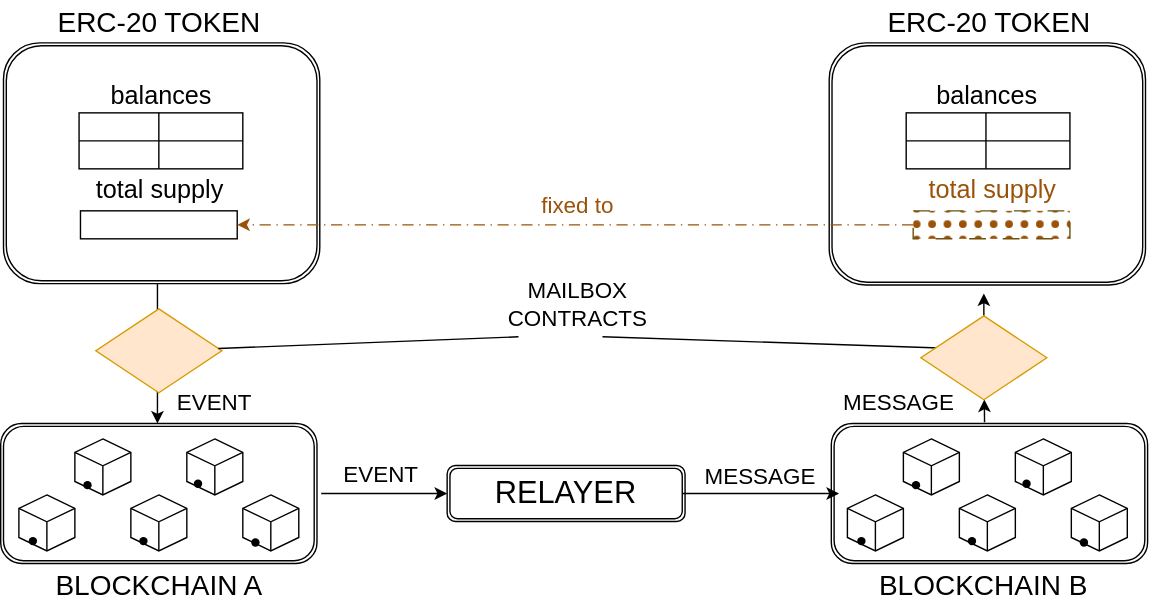
GoFungible/interop-site keeps this draw.io diagram as static/img/drawings/patterns_masterslave_fixed.svg. Above is the earlier version. Source tidied: cells renumbered, new cells last; positions are measured from the earlier drawing's top-left corner, leaving out a move shared by most shapes.
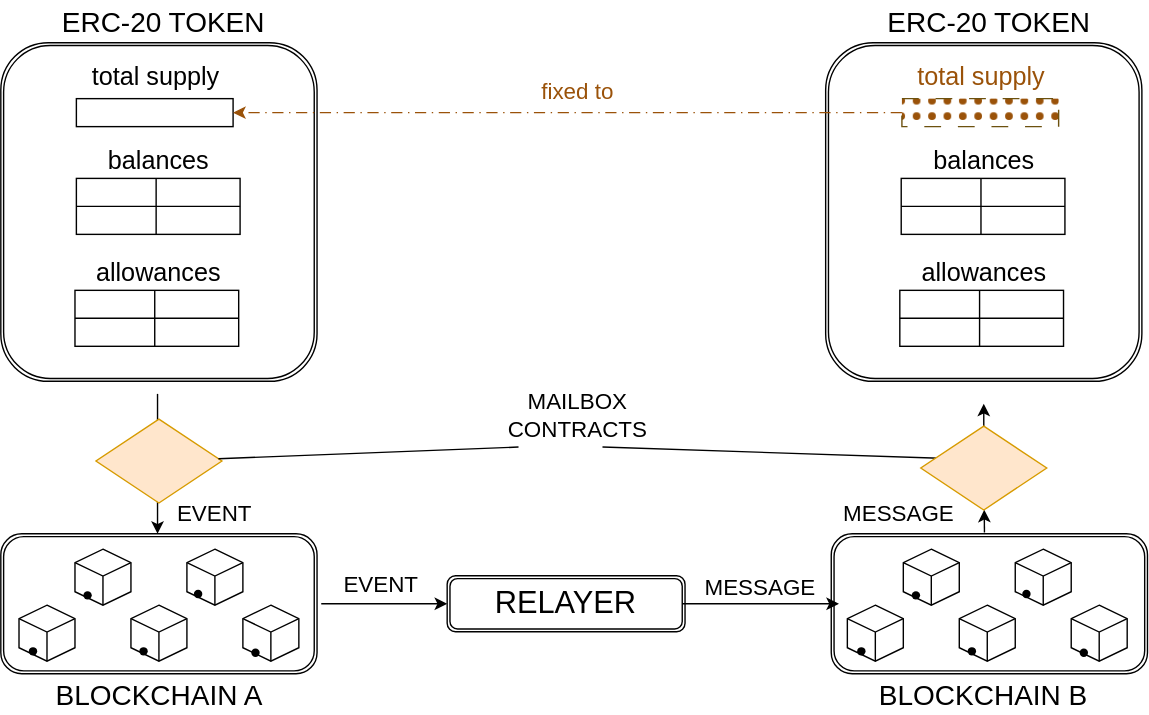
The same diagram one commit later.

Change to the diagram source:
```diff
@@ -88,39 +88,9 @@
         <mxPoint x="599" y="352" as="targetPoint" />
       </mxGeometry>
     </mxCell>
-    <mxCell id="29" style="shape=ext;double=1;rounded=1;whiteSpace=wrap;html=1;" parent="1" vertex="1">
-      <mxGeometry x="2" y="30" width="226" height="172" as="geometry" />
-    </mxCell>
     <mxCell id="30" value="&lt;font style=&quot;font-size: 20px;&quot;&gt;BLOCKCHAIN B&lt;/font&gt;" style="text;html=1;whiteSpace=wrap;strokeColor=none;fillColor=none;align=center;verticalAlign=middle;rounded=0;" parent="1" vertex="1">
       <mxGeometry x="625" y="402" width="155" height="30" as="geometry" />
     </mxCell>
-    <mxCell id="31" style="shape=ext;double=1;rounded=1;whiteSpace=wrap;html=1;" parent="1" vertex="1">
-      <mxGeometry x="592" y="30" width="226" height="173" as="geometry" />
-    </mxCell>
-    <mxCell id="32" value="&lt;font style=&quot;font-size: 20px;&quot;&gt;ERC-20 TOKEN&lt;/font&gt;" style="text;html=1;whiteSpace=wrap;strokeColor=none;fillColor=none;align=center;verticalAlign=middle;rounded=0;" parent="1" vertex="1">
-      <mxGeometry x="36" width="155" height="30" as="geometry" />
-    </mxCell>
-    <mxCell id="33" style="shape=internalStorage;whiteSpace=wrap;html=1;backgroundOutline=1;dx=57;dy=20;" parent="1" vertex="1">
-      <mxGeometry x="56" y="80" width="117" height="40" as="geometry" />
-    </mxCell>
-    <mxCell id="34" style="shape=internalStorage;whiteSpace=wrap;html=1;backgroundOutline=1;dx=57;dy=20;" parent="1" vertex="1">
-      <mxGeometry x="647" y="80" width="117" height="40" as="geometry" />
-    </mxCell>
-    <mxCell id="35" value="&lt;span style=&quot;font-size: 18px;&quot;&gt;balances&lt;/span&gt;" style="text;html=1;whiteSpace=wrap;strokeColor=none;fillColor=none;align=center;verticalAlign=middle;rounded=0;" parent="1" vertex="1">
-      <mxGeometry x="85" y="53" width="60" height="30" as="geometry" />
-    </mxCell>
-    <mxCell id="36" value="&lt;font style=&quot;font-size: 18px;&quot;&gt;balances&lt;/font&gt;" style="text;html=1;whiteSpace=wrap;strokeColor=none;fillColor=none;align=center;verticalAlign=middle;rounded=0;" parent="1" vertex="1">
-      <mxGeometry x="674.5" y="53" width="60" height="30" as="geometry" />
-    </mxCell>
-    <mxCell id="37" style="rounded=0;whiteSpace=wrap;html=1;" parent="1" vertex="1">
-      <mxGeometry x="57" y="150" width="112" height="20" as="geometry" />
-    </mxCell>
-    <mxCell id="38" value="&lt;font style=&quot;font-size: 18px;&quot;&gt;total supply&lt;/font&gt;" style="text;html=1;whiteSpace=wrap;strokeColor=none;fillColor=none;align=center;verticalAlign=middle;rounded=0;" parent="1" vertex="1">
-      <mxGeometry x="59" y="120" width="110" height="30" as="geometry" />
-    </mxCell>
-    <mxCell id="39" value="&lt;font style=&quot;font-size: 20px;&quot;&gt;ERC-20 TOKEN&lt;/font&gt;" style="text;html=1;whiteSpace=wrap;strokeColor=none;fillColor=none;align=center;verticalAlign=middle;rounded=0;" parent="1" vertex="1">
-      <mxGeometry x="629" width="155" height="30" as="geometry" />
-    </mxCell>
     <mxCell id="40" value="&lt;font style=&quot;font-size: 16px;&quot;&gt;EVENT&lt;/font&gt;" style="text;html=1;whiteSpace=wrap;strokeColor=none;fillColor=none;align=center;verticalAlign=middle;rounded=0;" parent="1" vertex="1">
       <mxGeometry x="120" y="272" width="66" height="30" as="geometry" />
     </mxCell>
@@ -165,17 +135,59 @@
     <mxCell id="50" style="rhombus;whiteSpace=wrap;html=1;fillColor=#ffe6cc;strokeColor=#d79b00;" parent="1" vertex="1">
       <mxGeometry x="657.5" y="225" width="90" height="60" as="geometry" />
     </mxCell>
+    <mxCell id="54" value="&lt;span style=&quot;font-size: 16px;&quot;&gt;fixed to&lt;/span&gt;" style="text;html=1;whiteSpace=wrap;strokeColor=none;fillColor=none;align=center;verticalAlign=middle;rounded=0;fontColor=light-dark(#9A5209,#5E3206);" parent="1" vertex="1">
+      <mxGeometry x="365" y="-29" width="95" height="30" as="geometry" />
+    </mxCell>
+    <mxCell id="55" style="shape=ext;double=1;rounded=1;whiteSpace=wrap;html=1;" parent="1" vertex="1">
+      <mxGeometry y="-49" width="226" height="242" as="geometry" />
+    </mxCell>
+    <mxCell id="56" value="&lt;font style=&quot;font-size: 20px;&quot;&gt;ERC-20 TOKEN&lt;/font&gt;" style="text;html=1;whiteSpace=wrap;strokeColor=none;fillColor=none;align=center;verticalAlign=middle;rounded=0;" parent="1" vertex="1">
+      <mxGeometry x="39" y="-79" width="155" height="30" as="geometry" />
+    </mxCell>
+    <mxCell id="57" style="shape=internalStorage;whiteSpace=wrap;html=1;backgroundOutline=1;dx=57;dy=20;" parent="1" vertex="1">
+      <mxGeometry x="54" y="48" width="117" height="40" as="geometry" />
+    </mxCell>
+    <mxCell id="58" value="&lt;font style=&quot;font-size: 18px;&quot;&gt;balances&lt;/font&gt;" style="text;html=1;whiteSpace=wrap;strokeColor=none;fillColor=none;align=center;verticalAlign=middle;rounded=0;" parent="1" vertex="1">
+      <mxGeometry x="68" y="21" width="90" height="30" as="geometry" />
+    </mxCell>
+    <mxCell id="59" style="rounded=0;whiteSpace=wrap;html=1;" parent="1" vertex="1">
+      <mxGeometry x="54" y="-9" width="112" height="20" as="geometry" />
+    </mxCell>
+    <mxCell id="38" value="&lt;font style=&quot;font-size: 18px;&quot;&gt;total supply&lt;/font&gt;" style="text;html=1;whiteSpace=wrap;strokeColor=none;fillColor=none;align=center;verticalAlign=middle;rounded=0;" parent="1" vertex="1">
+      <mxGeometry x="56" y="-39" width="110" height="30" as="geometry" />
+    </mxCell>
+    <mxCell id="60" style="shape=internalStorage;whiteSpace=wrap;html=1;backgroundOutline=1;dx=57;dy=20;" parent="1" vertex="1">
+      <mxGeometry x="53" y="128" width="117" height="40" as="geometry" />
+    </mxCell>
+    <mxCell id="61" value="&lt;font style=&quot;font-size: 18px;&quot;&gt;allowances&lt;/font&gt;" style="text;html=1;whiteSpace=wrap;strokeColor=none;fillColor=none;align=center;verticalAlign=middle;rounded=0;" parent="1" vertex="1">
+      <mxGeometry x="58" y="101" width="110" height="30" as="geometry" />
+    </mxCell>
+    <mxCell id="62" style="shape=ext;double=1;rounded=1;whiteSpace=wrap;html=1;" parent="1" vertex="1">
+      <mxGeometry x="589.5" y="-49" width="226" height="242" as="geometry" />
+    </mxCell>
+    <mxCell id="63" value="&lt;font style=&quot;font-size: 20px;&quot;&gt;ERC-20 TOKEN&lt;/font&gt;" style="text;html=1;whiteSpace=wrap;strokeColor=none;fillColor=none;align=center;verticalAlign=middle;rounded=0;" parent="1" vertex="1">
+      <mxGeometry x="628.5" y="-79" width="155" height="30" as="geometry" />
+    </mxCell>
+    <mxCell id="64" style="shape=internalStorage;whiteSpace=wrap;html=1;backgroundOutline=1;dx=57;dy=20;" parent="1" vertex="1">
+      <mxGeometry x="643.5" y="48" width="117" height="40" as="geometry" />
+    </mxCell>
+    <mxCell id="65" value="&lt;font style=&quot;font-size: 18px;&quot;&gt;balances&lt;/font&gt;" style="text;html=1;whiteSpace=wrap;strokeColor=none;fillColor=none;align=center;verticalAlign=middle;rounded=0;" parent="1" vertex="1">
+      <mxGeometry x="657.5" y="21" width="90" height="30" as="geometry" />
+    </mxCell>
+    <mxCell id="66" style="shape=internalStorage;whiteSpace=wrap;html=1;backgroundOutline=1;dx=57;dy=20;" parent="1" vertex="1">
+      <mxGeometry x="642.5" y="128" width="117" height="40" as="geometry" />
+    </mxCell>
+    <mxCell id="67" value="&lt;font style=&quot;font-size: 18px;&quot;&gt;allowances&lt;/font&gt;" style="text;html=1;whiteSpace=wrap;strokeColor=none;fillColor=none;align=center;verticalAlign=middle;rounded=0;" parent="1" vertex="1">
+      <mxGeometry x="647.5" y="101" width="110" height="30" as="geometry" />
+    </mxCell>
     <mxCell id="51" style="rounded=0;whiteSpace=wrap;html=1;dashed=1;dashPattern=12 12;fillStyle=dots;fillColor=light-dark(#9A5209,#5E3206);strokeColor=light-dark(#6c510f, #996500);" parent="1" vertex="1">
-      <mxGeometry x="652" y="150" width="112" height="20" as="geometry" />
+      <mxGeometry x="644" y="-9" width="112" height="20" as="geometry" />
     </mxCell>
     <mxCell id="52" value="&lt;font style=&quot;font-size: 18px;&quot;&gt;total supply&lt;/font&gt;" style="text;html=1;whiteSpace=wrap;strokeColor=none;fillColor=none;align=center;verticalAlign=middle;rounded=0;fontColor=light-dark(#9A5209,#5E3206);" parent="1" vertex="1">
-      <mxGeometry x="654" y="120" width="110" height="30" as="geometry" />
+      <mxGeometry x="646" y="-39" width="110" height="30" as="geometry" />
     </mxCell>
-    <mxCell id="53" style="endArrow=classic;html=1;rounded=0;entryX=1;entryY=0.5;entryDx=0;entryDy=0;dashed=1;dashPattern=8 4 1 4;fillColor=#ffe6cc;strokeColor=light-dark(#9A5209,#5E3206);" parent="1" edge="1" source="51" target="37">
+    <mxCell id="53" style="endArrow=classic;html=1;rounded=0;entryX=1;entryY=0.5;entryDx=0;entryDy=0;dashed=1;dashPattern=8 4 1 4;fillColor=#ffe6cc;strokeColor=light-dark(#9A5209,#5E3206);" parent="1" edge="1" source="51" target="59">
       <mxGeometry relative="1" as="geometry" />
     </mxCell>
-    <mxCell id="54" value="&lt;span style=&quot;font-size: 16px;&quot;&gt;fixed to&lt;/span&gt;" style="text;html=1;whiteSpace=wrap;strokeColor=none;fillColor=none;align=center;verticalAlign=middle;rounded=0;fontColor=light-dark(#9A5209,#5E3206);" parent="1" vertex="1">
-      <mxGeometry x="365" y="131" width="95" height="30" as="geometry" />
-    </mxCell>
   </root>
 </mxGraphModel>
```
